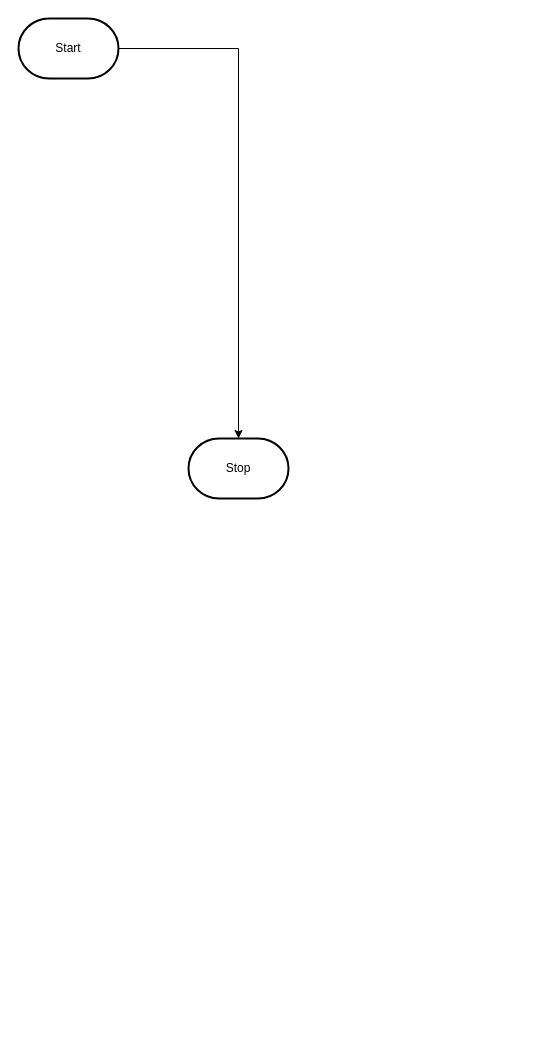
Earlier version of the draw.io diagram design/flowchart.drawio (MTHS-ICD2O-1-2023/ICD2O-Unit-5-08-George-Khalil-29). Source tidied: cells renumbered, new cells numbered last; positions are measured from the earlier drawing's top-left corner, leaving out a move shared by most shapes. Both pictures are drawn from the tidied source at 100%, with x=0, y=0 at pixel (18, 18).
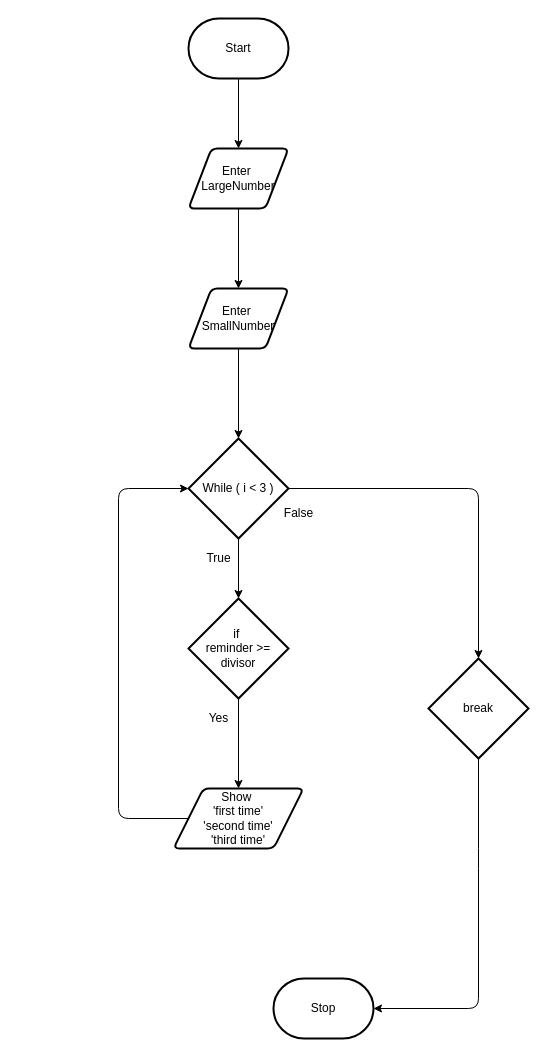
The same page after the edit.

Diff of the diagram source:
```diff
@@
-    <mxCell id="2" style="edgeStyle=orthogonalEdgeStyle;html=1;rounded=0;" parent="1" edge="1" source="3" target="4">
-      <mxGeometry relative="1" as="geometry" />
-    </mxCell>
+    <mxCell id="5" style="edgeStyle=none;html=1;" parent="1" edge="1" source="3" target="7">
+      <mxGeometry relative="1" as="geometry" />
+    </mxCell>
     <mxCell id="3" value="Start" style="strokeWidth=2;html=1;shape=mxgraph.flowchart.terminator;whiteSpace=wrap;" parent="1" vertex="1">
-      <mxGeometry width="100" height="60" as="geometry" />
+      <mxGeometry x="170" width="100" height="60" as="geometry" />
     </mxCell>
     <mxCell id="4" value="Stop" style="strokeWidth=2;html=1;shape=mxgraph.flowchart.terminator;whiteSpace=wrap;" parent="1" vertex="1">
-      <mxGeometry x="170" y="420" width="100" height="60" as="geometry" />
+      <mxGeometry x="255" y="960" width="100" height="60" as="geometry" />
     </mxCell>
+    <mxCell id="6" style="edgeStyle=none;html=1;" parent="1" edge="1" source="7" target="9">
+      <mxGeometry relative="1" as="geometry" />
+    </mxCell>
+    <mxCell id="7" value="Enter&amp;nbsp;&lt;br&gt;LargeNumber" style="shape=parallelogram;html=1;strokeWidth=2;perimeter=parallelogramPerimeter;whiteSpace=wrap;rounded=1;arcSize=12;size=0.23;" parent="1" vertex="1">
+      <mxGeometry x="170" y="130" width="100" height="60" as="geometry" />
+    </mxCell>
+    <mxCell id="8" style="edgeStyle=none;html=1;" parent="1" edge="1" source="9" target="12">
+      <mxGeometry relative="1" as="geometry" />
+    </mxCell>
+    <mxCell id="9" value="Enter&amp;nbsp;&lt;br&gt;SmallNumber" style="shape=parallelogram;html=1;strokeWidth=2;perimeter=parallelogramPerimeter;whiteSpace=wrap;rounded=1;arcSize=12;size=0.23;" parent="1" vertex="1">
+      <mxGeometry x="170" y="270" width="100" height="60" as="geometry" />
+    </mxCell>
+    <mxCell id="10" style="edgeStyle=none;html=1;entryX=0.5;entryY=0;entryDx=0;entryDy=0;entryPerimeter=0;" parent="1" edge="1" source="12" target="16">
+      <mxGeometry relative="1" as="geometry" />
+    </mxCell>
+    <mxCell id="11" style="edgeStyle=none;html=1;entryX=0.5;entryY=0;entryDx=0;entryDy=0;entryPerimeter=0;" parent="1" edge="1" source="12" target="21">
+      <mxGeometry relative="1" as="geometry">
+        <Array as="points">
+          <mxPoint x="460" y="470" />
+        </Array>
+      </mxGeometry>
+    </mxCell>
+    <mxCell id="12" value="While ( i &amp;lt; 3 )" style="strokeWidth=2;html=1;shape=mxgraph.flowchart.decision;whiteSpace=wrap;" parent="1" vertex="1">
+      <mxGeometry x="170" y="420" width="100" height="100" as="geometry" />
+    </mxCell>
+    <mxCell id="13" value="True" style="text;html=1;align=center;verticalAlign=middle;strokeColor=none;fillColor=none;" parent="1" vertex="1">
+      <mxGeometry x="175" y="525" width="50" height="30" as="geometry" />
+    </mxCell>
+    <mxCell id="14" value="False" style="text;html=1;align=center;verticalAlign=middle;strokeColor=none;fillColor=none;" parent="1" vertex="1">
+      <mxGeometry x="255" y="480" width="50" height="30" as="geometry" />
+    </mxCell>
+    <mxCell id="15" style="edgeStyle=none;html=1;entryX=0.5;entryY=0;entryDx=0;entryDy=0;" parent="1" edge="1" source="16" target="19">
+      <mxGeometry relative="1" as="geometry" />
+    </mxCell>
+    <mxCell id="16" value="if&amp;nbsp;&lt;br&gt;reminder &amp;gt;= divisor" style="strokeWidth=2;html=1;shape=mxgraph.flowchart.decision;whiteSpace=wrap;" parent="1" vertex="1">
+      <mxGeometry x="170" y="580" width="100" height="100" as="geometry" />
+    </mxCell>
+    <mxCell id="17" value="Yes" style="text;html=1;align=center;verticalAlign=middle;strokeColor=none;fillColor=none;" parent="1" vertex="1">
+      <mxGeometry x="180" y="685" width="40" height="30" as="geometry" />
+    </mxCell>
+    <mxCell id="18" style="edgeStyle=none;html=1;entryX=0;entryY=0.5;entryDx=0;entryDy=0;entryPerimeter=0;" parent="1" edge="1" source="19" target="12">
+      <mxGeometry relative="1" as="geometry">
+        <Array as="points">
+          <mxPoint x="100" y="800" />
+          <mxPoint x="100" y="470" />
+        </Array>
+      </mxGeometry>
+    </mxCell>
+    <mxCell id="19" value="Show&amp;nbsp;&lt;br&gt;'first time'&lt;br&gt;'second time'&lt;br&gt;'third time'" style="shape=parallelogram;html=1;strokeWidth=2;perimeter=parallelogramPerimeter;whiteSpace=wrap;rounded=1;arcSize=12;size=0.23;" parent="1" vertex="1">
+      <mxGeometry x="155" y="770" width="130" height="60" as="geometry" />
+    </mxCell>
+    <mxCell id="20" style="edgeStyle=none;html=1;entryX=1;entryY=0.5;entryDx=0;entryDy=0;entryPerimeter=0;" parent="1" edge="1" source="21" target="4">
+      <mxGeometry relative="1" as="geometry">
+        <Array as="points">
+          <mxPoint x="460" y="840" />
+          <mxPoint x="460" y="990" />
+        </Array>
+      </mxGeometry>
+    </mxCell>
+    <mxCell id="21" value="break" style="strokeWidth=2;html=1;shape=mxgraph.flowchart.decision;whiteSpace=wrap;" parent="1" vertex="1">
+      <mxGeometry x="410" y="640" width="100" height="100" as="geometry" />
+    </mxCell>
```
